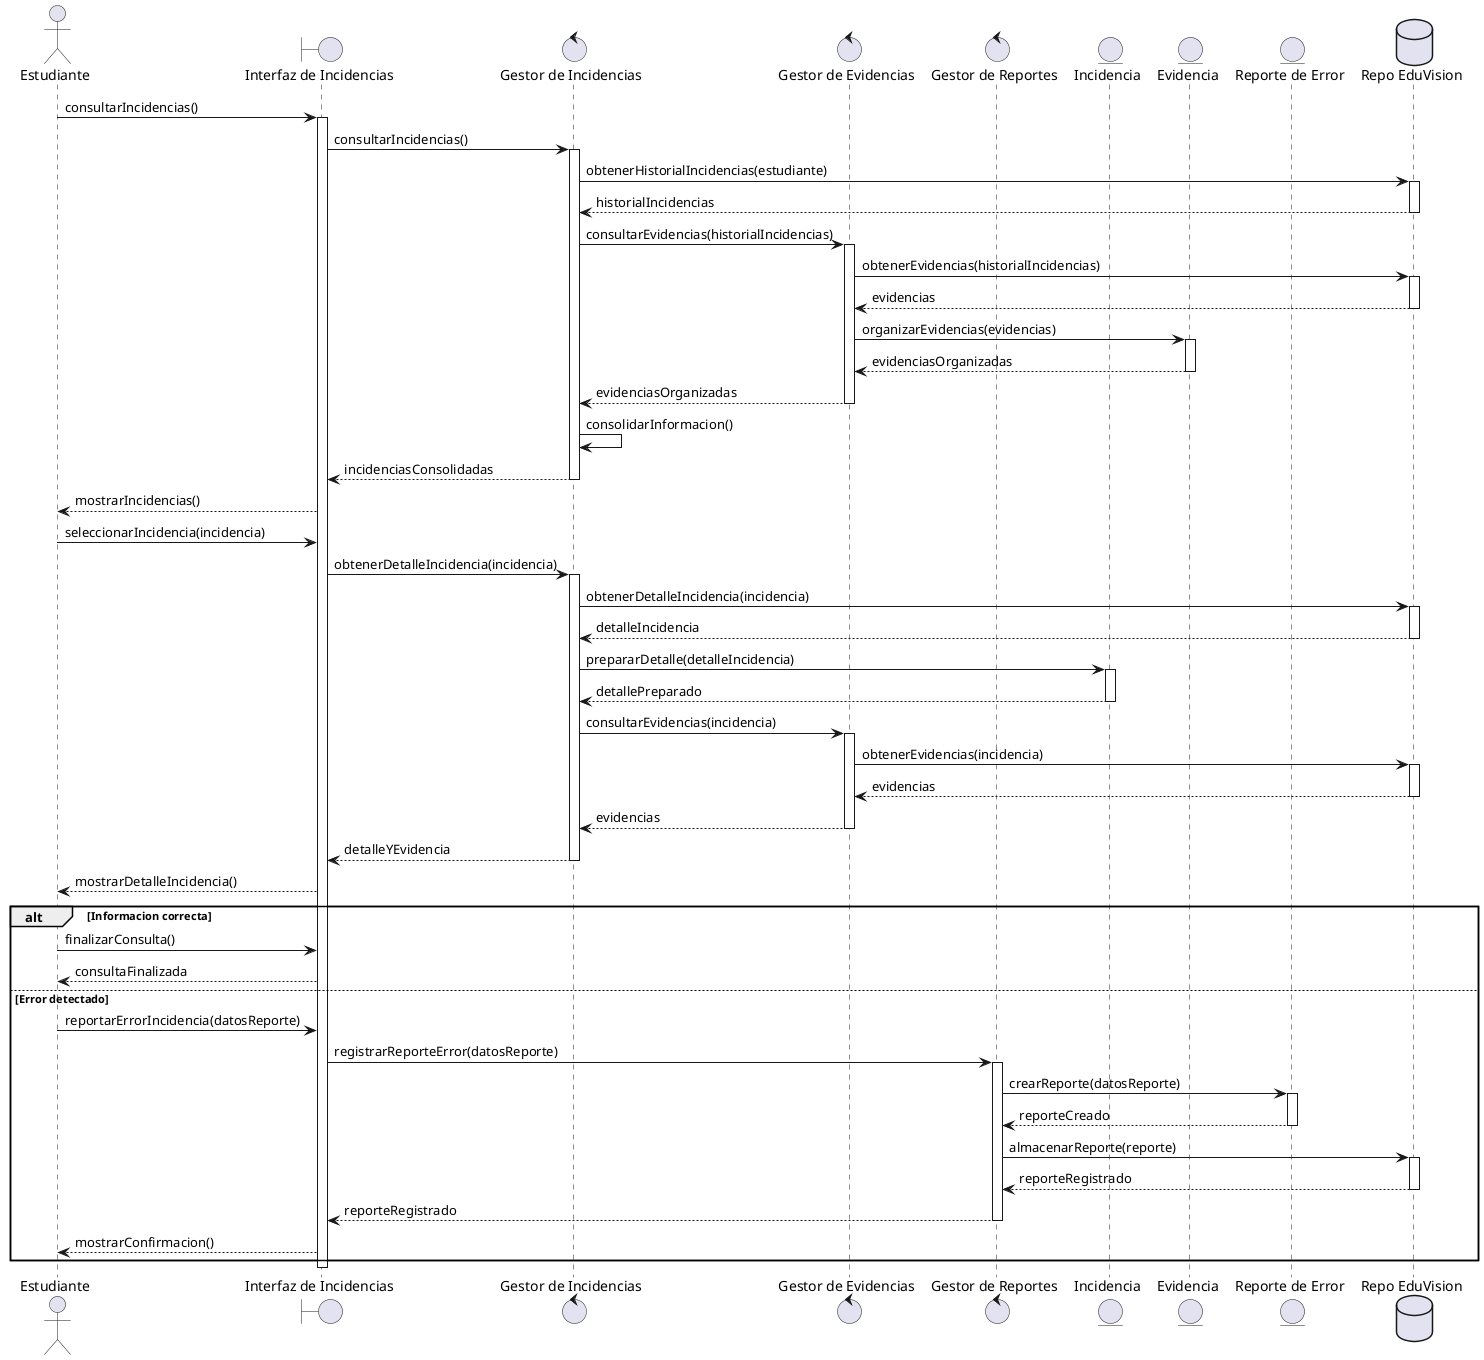
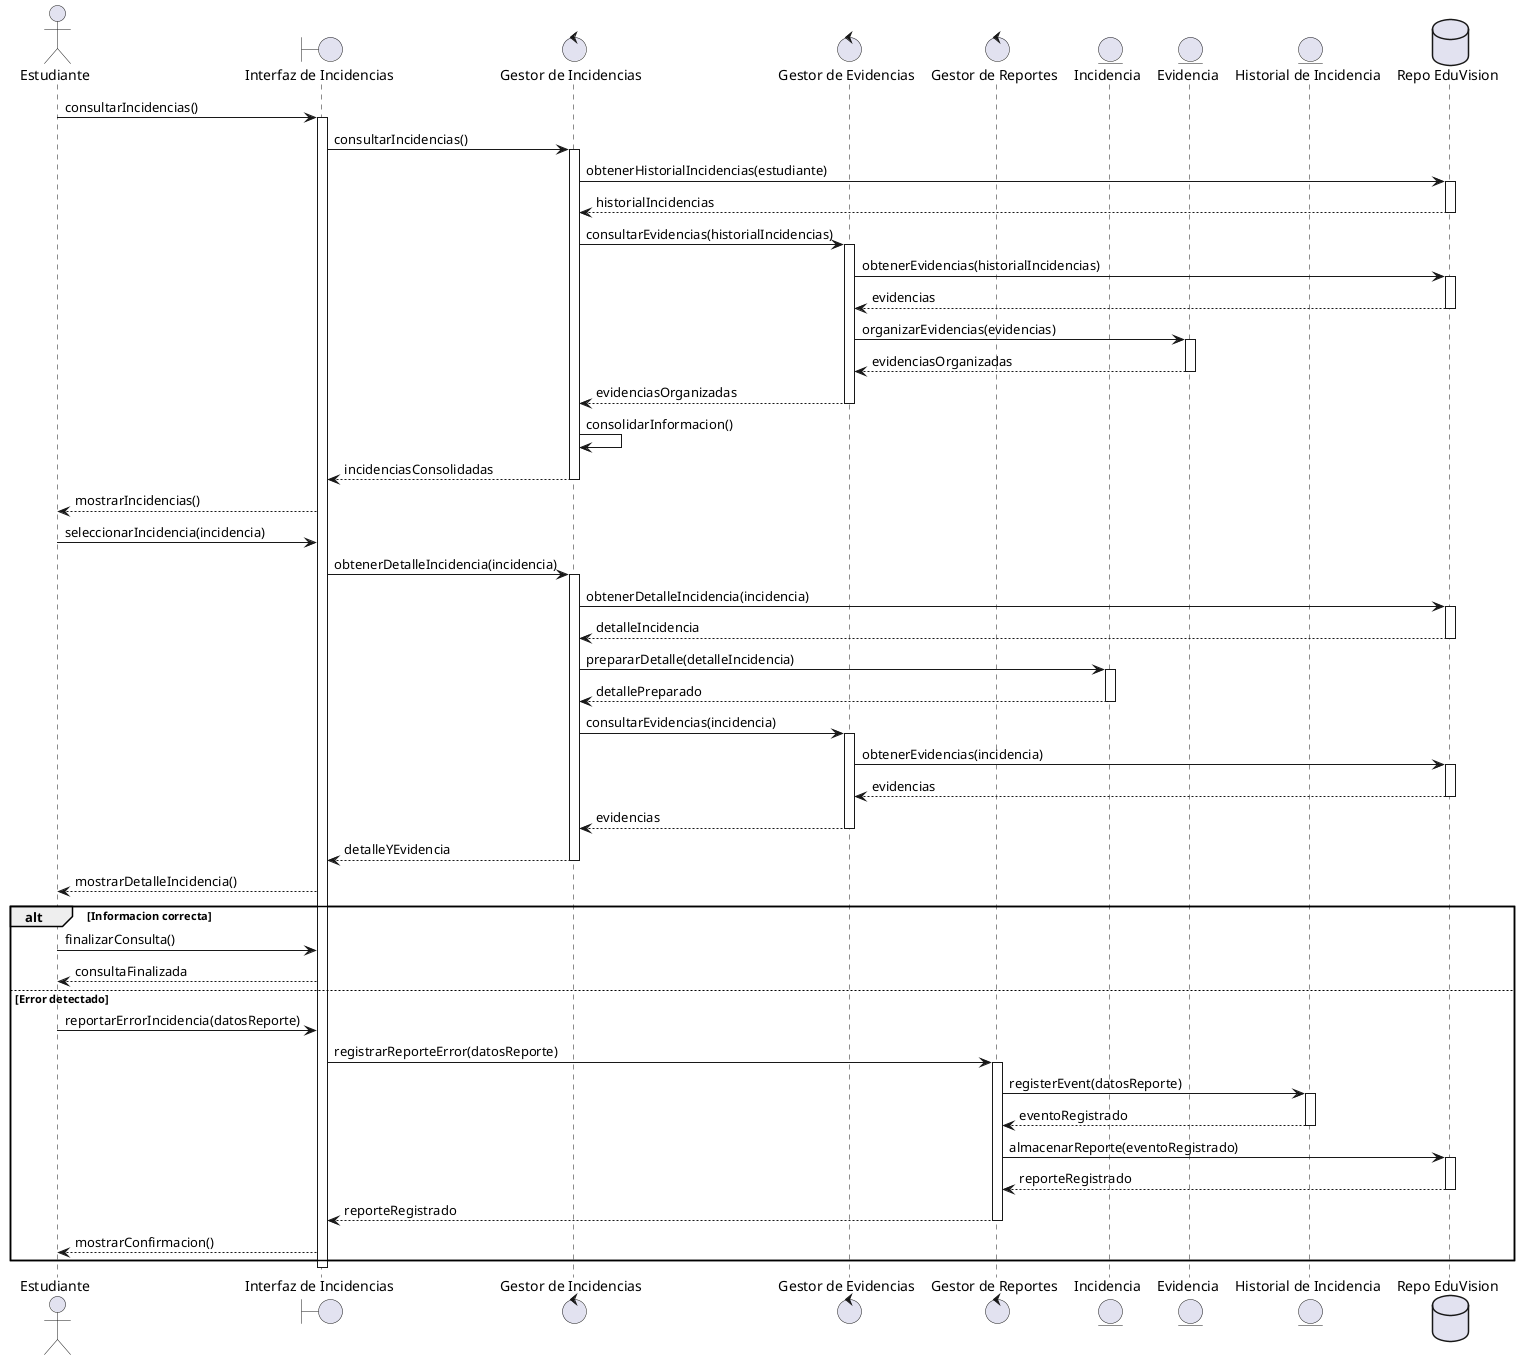
@startuml "Consultar alertas e incidencias"

actor "Estudiante" as Estudiante
boundary "Interfaz de Incidencias" as UI
control "Gestor de Incidencias" as IncidentManager
control "Gestor de Evidencias" as EvidenceManager
control "Gestor de Reportes" as ReportManager
entity "Incidencia" as Incident
entity "Evidencia" as Evidence
- entity "Reporte de Error" as ErrorReport
+ entity "Historial de Incidencia" as IncidentHistory
database "Repo EduVision" as Database

Estudiante -> UI : consultarIncidencias()
activate UI

UI -> IncidentManager : consultarIncidencias()
activate IncidentManager

IncidentManager -> Database : obtenerHistorialIncidencias(estudiante)
activate Database
Database --> IncidentManager : historialIncidencias
deactivate Database

IncidentManager -> EvidenceManager : consultarEvidencias(historialIncidencias)
activate EvidenceManager

EvidenceManager -> Database : obtenerEvidencias(historialIncidencias)
activate Database
Database --> EvidenceManager : evidencias
deactivate Database

EvidenceManager -> Evidence : organizarEvidencias(evidencias)
activate Evidence
Evidence --> EvidenceManager : evidenciasOrganizadas
deactivate Evidence

EvidenceManager --> IncidentManager : evidenciasOrganizadas
deactivate EvidenceManager

IncidentManager -> IncidentManager : consolidarInformacion()
IncidentManager --> UI : incidenciasConsolidadas
deactivate IncidentManager

UI --> Estudiante : mostrarIncidencias()

Estudiante -> UI : seleccionarIncidencia(incidencia)

UI -> IncidentManager : obtenerDetalleIncidencia(incidencia)
activate IncidentManager

IncidentManager -> Database : obtenerDetalleIncidencia(incidencia)
activate Database
Database --> IncidentManager : detalleIncidencia
deactivate Database

IncidentManager -> Incident : prepararDetalle(detalleIncidencia)
activate Incident
Incident --> IncidentManager : detallePreparado
deactivate Incident

IncidentManager -> EvidenceManager : consultarEvidencias(incidencia)
activate EvidenceManager

EvidenceManager -> Database : obtenerEvidencias(incidencia)
activate Database
Database --> EvidenceManager : evidencias
deactivate Database

EvidenceManager --> IncidentManager : evidencias
deactivate EvidenceManager

IncidentManager --> UI : detalleYEvidencia
deactivate IncidentManager

UI --> Estudiante : mostrarDetalleIncidencia()

alt Informacion correcta
  Estudiante -> UI : finalizarConsulta()
  UI --> Estudiante : consultaFinalizada
else Error detectado
  Estudiante -> UI : reportarErrorIncidencia(datosReporte)

  UI -> ReportManager : registrarReporteError(datosReporte)
  activate ReportManager

-   ReportManager -> ErrorReport : crearReporte(datosReporte)
-   activate ErrorReport
-   ErrorReport --> ReportManager : reporteCreado
-   deactivate ErrorReport
+   ReportManager -> IncidentHistory : registerEvent(datosReporte)
+   activate IncidentHistory
+   IncidentHistory --> ReportManager : eventoRegistrado
+   deactivate IncidentHistory

-   ReportManager -> Database : almacenarReporte(reporte)
+   ReportManager -> Database : almacenarReporte(eventoRegistrado)
  activate Database
  Database --> ReportManager : reporteRegistrado
  deactivate Database

  ReportManager --> UI : reporteRegistrado
  deactivate ReportManager

  UI --> Estudiante : mostrarConfirmacion()
end

deactivate UI

@enduml
